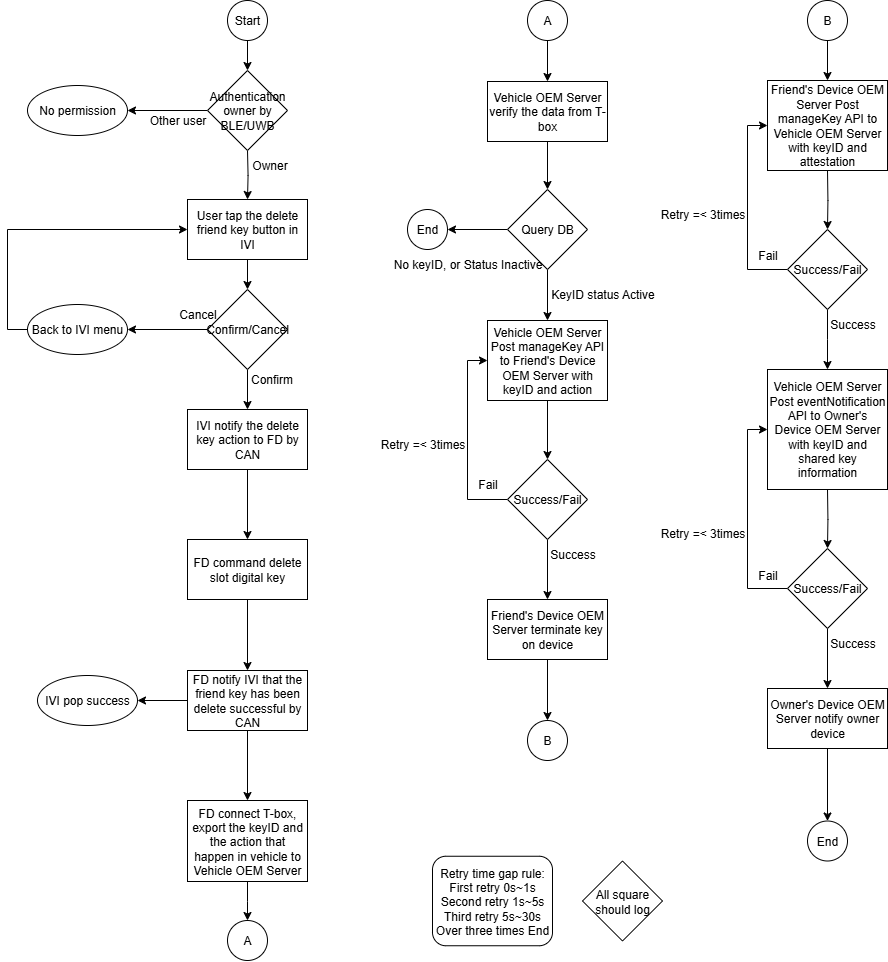
Before: REV_100_Friend key termination in vehicle.drawio.png, a diagram exported from draw.io (LaurenHsu31/DKC). Source tidied: cells renumbered, new cells last; positions are measured from the earlier drawing's top-left corner, leaving out a move shared by most shapes.
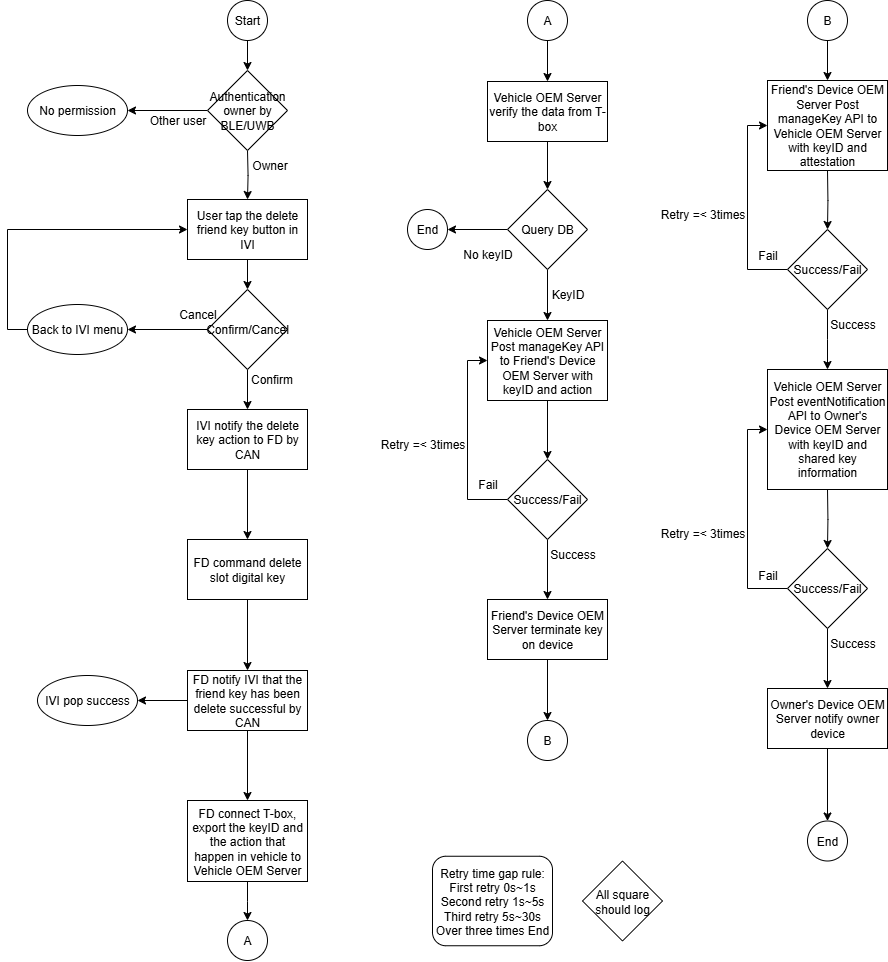
The same diagram one commit later.

What changed in the source:
```diff
@@ -117,14 +117,14 @@
     <mxCell id="38" value="Query DB" style="rhombus;whiteSpace=wrap;html=1;" parent="1" vertex="1">
       <mxGeometry x="480" y="189" width="80" height="80" as="geometry" />
     </mxCell>
-    <mxCell id="39" value="KeyID status Active" style="text;html=1;align=center;verticalAlign=middle;strokeColor=none;fillColor=none;" parent="1" vertex="1">
-      <mxGeometry x="510" y="279" width="130" height="30" as="geometry" />
+    <mxCell id="39" value="KeyID" style="text;html=1;align=center;verticalAlign=middle;strokeColor=none;fillColor=none;" parent="1" vertex="1">
+      <mxGeometry x="510" y="279" width="60" height="30" as="geometry" />
     </mxCell>
     <mxCell id="40" value="End" style="ellipse;whiteSpace=wrap;html=1;" parent="1" vertex="1">
       <mxGeometry x="380" y="209" width="40" height="40" as="geometry" />
     </mxCell>
-    <mxCell id="41" value="No keyID, or Status Inactive" style="text;html=1;align=center;verticalAlign=middle;strokeColor=none;fillColor=none;" parent="1" vertex="1">
-      <mxGeometry x="355" y="249" width="170" height="30" as="geometry" />
+    <mxCell id="41" value="No keyID" style="text;html=1;align=center;verticalAlign=middle;strokeColor=none;fillColor=none;" parent="1" vertex="1">
+      <mxGeometry x="425" y="239" width="70" height="30" as="geometry" />
     </mxCell>
     <mxCell id="42" style="edgeStyle=orthogonalEdgeStyle;rounded=0;jettySize=auto;html=1;exitX=0;exitY=0.5;exitDx=0;exitDy=0;entryX=0;entryY=0.5;entryDx=0;entryDy=0;" parent="1" edge="1" source="44" target="33">
       <mxGeometry relative="1" as="geometry" />
```
